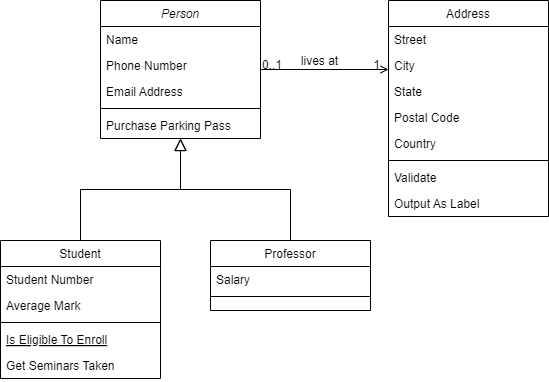
Above: 아이스크림 다이어그램.png in junHyeokP/Algorithm (draw.io), before the change. Source tidied: cells renumbered, new cells last; positions are measured from the earlier drawing's top-left corner, leaving out a move shared by most shapes. Source of this version:
```xml
<mxGraphModel>
  <root>
    <mxCell id="0" />
    <mxCell id="1" parent="0" />
    <mxCell id="2" value="Person" style="swimlane;fontStyle=2;align=center;verticalAlign=top;horizontal=1;startSize=26;rounded=0;shadow=0;strokeWidth=1;" parent="1" vertex="1">
      <mxGeometry x="100" width="160" height="138" as="geometry" />
    </mxCell>
    <mxCell id="3" value="Name" style="text;align=left;verticalAlign=top;spacingLeft=4;spacingRight=4;overflow=hidden;" parent="2" vertex="1">
      <mxGeometry y="26" width="160" height="26" as="geometry" />
    </mxCell>
    <mxCell id="4" value="Phone Number" style="text;align=left;verticalAlign=top;spacingLeft=4;spacingRight=4;overflow=hidden;rounded=0;shadow=0;html=0;" parent="2" vertex="1">
      <mxGeometry y="52" width="160" height="26" as="geometry" />
    </mxCell>
    <mxCell id="5" value="Email Address" style="text;align=left;verticalAlign=top;spacingLeft=4;spacingRight=4;overflow=hidden;rounded=0;shadow=0;html=0;" parent="2" vertex="1">
      <mxGeometry y="78" width="160" height="26" as="geometry" />
    </mxCell>
    <mxCell id="6" style="line;html=1;strokeWidth=1;align=left;verticalAlign=middle;spacingTop=-1;spacingLeft=3;spacingRight=3;labelPosition=right;" parent="2" vertex="1">
      <mxGeometry y="104" width="160" height="8" as="geometry" />
    </mxCell>
    <mxCell id="7" value="Purchase Parking Pass" style="text;align=left;verticalAlign=top;spacingLeft=4;spacingRight=4;overflow=hidden;" parent="2" vertex="1">
      <mxGeometry y="112" width="160" height="26" as="geometry" />
    </mxCell>
    <mxCell id="8" value="Student" style="swimlane;fontStyle=0;align=center;verticalAlign=top;horizontal=1;startSize=26;rounded=0;shadow=0;strokeWidth=1;" parent="1" vertex="1">
      <mxGeometry y="240" width="160" height="138" as="geometry" />
    </mxCell>
    <mxCell id="9" value="Student Number" style="text;align=left;verticalAlign=top;spacingLeft=4;spacingRight=4;overflow=hidden;" parent="8" vertex="1">
      <mxGeometry y="26" width="160" height="26" as="geometry" />
    </mxCell>
    <mxCell id="10" value="Average Mark" style="text;align=left;verticalAlign=top;spacingLeft=4;spacingRight=4;overflow=hidden;rounded=0;shadow=0;html=0;" parent="8" vertex="1">
      <mxGeometry y="52" width="160" height="26" as="geometry" />
    </mxCell>
    <mxCell id="11" style="line;html=1;strokeWidth=1;align=left;verticalAlign=middle;spacingTop=-1;spacingLeft=3;spacingRight=3;labelPosition=right;" parent="8" vertex="1">
      <mxGeometry y="78" width="160" height="8" as="geometry" />
    </mxCell>
    <mxCell id="12" value="Is Eligible To Enroll" style="text;align=left;verticalAlign=top;spacingLeft=4;spacingRight=4;overflow=hidden;fontStyle=4;" parent="8" vertex="1">
      <mxGeometry y="86" width="160" height="26" as="geometry" />
    </mxCell>
    <mxCell id="13" value="Get Seminars Taken" style="text;align=left;verticalAlign=top;spacingLeft=4;spacingRight=4;overflow=hidden;" parent="8" vertex="1">
      <mxGeometry y="112" width="160" height="26" as="geometry" />
    </mxCell>
    <mxCell id="14" style="endArrow=block;endSize=10;endFill=0;shadow=0;strokeWidth=1;rounded=0;curved=0;edgeStyle=elbowEdgeStyle;elbow=vertical;" parent="1" edge="1" source="8" target="2">
      <mxGeometry relative="1" as="geometry" />
    </mxCell>
    <mxCell id="15" value="Professor" style="swimlane;fontStyle=0;align=center;verticalAlign=top;horizontal=1;startSize=26;rounded=0;shadow=0;strokeWidth=1;" parent="1" vertex="1">
      <mxGeometry x="210" y="240" width="160" height="70" as="geometry" />
    </mxCell>
    <mxCell id="16" value="Salary" style="text;align=left;verticalAlign=top;spacingLeft=4;spacingRight=4;overflow=hidden;" parent="15" vertex="1">
      <mxGeometry y="26" width="160" height="26" as="geometry" />
    </mxCell>
    <mxCell id="17" style="line;html=1;strokeWidth=1;align=left;verticalAlign=middle;spacingTop=-1;spacingLeft=3;spacingRight=3;labelPosition=right;" parent="15" vertex="1">
      <mxGeometry y="52" width="160" height="8" as="geometry" />
    </mxCell>
    <mxCell id="18" style="endArrow=block;endSize=10;endFill=0;shadow=0;strokeWidth=1;rounded=0;curved=0;edgeStyle=elbowEdgeStyle;elbow=vertical;" parent="1" edge="1" source="15" target="2">
      <mxGeometry relative="1" as="geometry" />
    </mxCell>
    <mxCell id="19" value="Address" style="swimlane;fontStyle=0;align=center;verticalAlign=top;horizontal=1;startSize=26;rounded=0;shadow=0;strokeWidth=1;" parent="1" vertex="1">
      <mxGeometry x="388" width="160" height="216" as="geometry" />
    </mxCell>
    <mxCell id="20" value="Street" style="text;align=left;verticalAlign=top;spacingLeft=4;spacingRight=4;overflow=hidden;" parent="19" vertex="1">
      <mxGeometry y="26" width="160" height="26" as="geometry" />
    </mxCell>
    <mxCell id="21" value="City" style="text;align=left;verticalAlign=top;spacingLeft=4;spacingRight=4;overflow=hidden;rounded=0;shadow=0;html=0;" parent="19" vertex="1">
      <mxGeometry y="52" width="160" height="26" as="geometry" />
    </mxCell>
    <mxCell id="22" value="State" style="text;align=left;verticalAlign=top;spacingLeft=4;spacingRight=4;overflow=hidden;rounded=0;shadow=0;html=0;" parent="19" vertex="1">
      <mxGeometry y="78" width="160" height="26" as="geometry" />
    </mxCell>
    <mxCell id="23" value="Postal Code" style="text;align=left;verticalAlign=top;spacingLeft=4;spacingRight=4;overflow=hidden;rounded=0;shadow=0;html=0;" parent="19" vertex="1">
      <mxGeometry y="104" width="160" height="26" as="geometry" />
    </mxCell>
    <mxCell id="24" value="Country" style="text;align=left;verticalAlign=top;spacingLeft=4;spacingRight=4;overflow=hidden;rounded=0;shadow=0;html=0;" parent="19" vertex="1">
      <mxGeometry y="130" width="160" height="26" as="geometry" />
    </mxCell>
    <mxCell id="25" style="line;html=1;strokeWidth=1;align=left;verticalAlign=middle;spacingTop=-1;spacingLeft=3;spacingRight=3;labelPosition=right;" parent="19" vertex="1">
      <mxGeometry y="156" width="160" height="8" as="geometry" />
    </mxCell>
    <mxCell id="26" value="Validate" style="text;align=left;verticalAlign=top;spacingLeft=4;spacingRight=4;overflow=hidden;" parent="19" vertex="1">
      <mxGeometry y="164" width="160" height="26" as="geometry" />
    </mxCell>
    <mxCell id="27" value="Output As Label" style="text;align=left;verticalAlign=top;spacingLeft=4;spacingRight=4;overflow=hidden;" parent="19" vertex="1">
      <mxGeometry y="190" width="160" height="26" as="geometry" />
    </mxCell>
    <mxCell id="28" style="endArrow=open;shadow=0;strokeWidth=1;rounded=0;curved=0;endFill=1;edgeStyle=elbowEdgeStyle;elbow=vertical;" parent="1" edge="1" source="2" target="19">
      <mxGeometry x="0.5" y="41" relative="1" as="geometry">
        <mxPoint x="-40" y="32" as="offset" />
      </mxGeometry>
    </mxCell>
    <mxCell id="29" value="0..1" style="align=left;verticalAlign=bottom;labelBackgroundColor=none;fontSize=12;" parent="28" vertex="1">
      <mxGeometry x="-1" relative="1" as="geometry">
        <mxPoint y="4" as="offset" />
      </mxGeometry>
    </mxCell>
    <mxCell id="30" value="1" style="align=right;verticalAlign=bottom;labelBackgroundColor=none;fontSize=12;" parent="28" vertex="1">
      <mxGeometry x="1" relative="1" as="geometry">
        <mxPoint x="-7" y="4" as="offset" />
      </mxGeometry>
    </mxCell>
    <mxCell id="31" value="lives at" style="text;html=1;align=center;verticalAlign=middle;labelBackgroundColor=none;rounded=0;shadow=0;strokeWidth=1;fontSize=12;" parent="28" vertex="1">
      <mxGeometry x="0.5" y="49" relative="1" as="geometry">
        <mxPoint x="-38" y="40" as="offset" />
      </mxGeometry>
    </mxCell>
  </root>
</mxGraphModel>
```
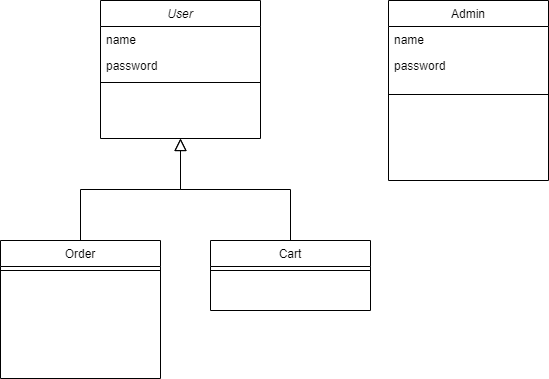
Above is the later version.

Commit message:
아이스크림 다이어그램.png

The edit, as a diff of the source:
```diff
@@ -2,103 +2,47 @@
   <root>
     <mxCell id="0" />
     <mxCell id="1" parent="0" />
-    <mxCell id="2" value="Person" style="swimlane;fontStyle=2;align=center;verticalAlign=top;horizontal=1;startSize=26;rounded=0;shadow=0;strokeWidth=1;" parent="1" vertex="1">
+    <mxCell id="2" value="User" style="swimlane;fontStyle=2;align=center;verticalAlign=top;horizontal=1;startSize=26;rounded=0;shadow=0;strokeWidth=1;" parent="1" vertex="1">
       <mxGeometry x="100" width="160" height="138" as="geometry" />
     </mxCell>
-    <mxCell id="3" value="Name" style="text;align=left;verticalAlign=top;spacingLeft=4;spacingRight=4;overflow=hidden;" parent="2" vertex="1">
+    <mxCell id="3" value="name" style="text;align=left;verticalAlign=top;spacingLeft=4;spacingRight=4;overflow=hidden;" parent="2" vertex="1">
       <mxGeometry y="26" width="160" height="26" as="geometry" />
     </mxCell>
-    <mxCell id="4" value="Phone Number" style="text;align=left;verticalAlign=top;spacingLeft=4;spacingRight=4;overflow=hidden;rounded=0;shadow=0;html=0;" parent="2" vertex="1">
+    <mxCell id="4" value="password" style="text;align=left;verticalAlign=top;spacingLeft=4;spacingRight=4;overflow=hidden;rounded=0;shadow=0;html=0;" parent="2" vertex="1">
       <mxGeometry y="52" width="160" height="26" as="geometry" />
     </mxCell>
-    <mxCell id="5" value="Email Address" style="text;align=left;verticalAlign=top;spacingLeft=4;spacingRight=4;overflow=hidden;rounded=0;shadow=0;html=0;" parent="2" vertex="1">
-      <mxGeometry y="78" width="160" height="26" as="geometry" />
-    </mxCell>
     <mxCell id="6" style="line;html=1;strokeWidth=1;align=left;verticalAlign=middle;spacingTop=-1;spacingLeft=3;spacingRight=3;labelPosition=right;" parent="2" vertex="1">
-      <mxGeometry y="104" width="160" height="8" as="geometry" />
+      <mxGeometry y="78" width="160" height="8" as="geometry" />
     </mxCell>
-    <mxCell id="7" value="Purchase Parking Pass" style="text;align=left;verticalAlign=top;spacingLeft=4;spacingRight=4;overflow=hidden;" parent="2" vertex="1">
-      <mxGeometry y="112" width="160" height="26" as="geometry" />
-    </mxCell>
-    <mxCell id="8" value="Student" style="swimlane;fontStyle=0;align=center;verticalAlign=top;horizontal=1;startSize=26;rounded=0;shadow=0;strokeWidth=1;" parent="1" vertex="1">
+    <mxCell id="8" value="Order" style="swimlane;fontStyle=0;align=center;verticalAlign=top;horizontal=1;startSize=26;rounded=0;shadow=0;strokeWidth=1;" parent="1" vertex="1">
       <mxGeometry y="240" width="160" height="138" as="geometry" />
     </mxCell>
-    <mxCell id="9" value="Student Number" style="text;align=left;verticalAlign=top;spacingLeft=4;spacingRight=4;overflow=hidden;" parent="8" vertex="1">
-      <mxGeometry y="26" width="160" height="26" as="geometry" />
-    </mxCell>
-    <mxCell id="10" value="Average Mark" style="text;align=left;verticalAlign=top;spacingLeft=4;spacingRight=4;overflow=hidden;rounded=0;shadow=0;html=0;" parent="8" vertex="1">
-      <mxGeometry y="52" width="160" height="26" as="geometry" />
-    </mxCell>
     <mxCell id="11" style="line;html=1;strokeWidth=1;align=left;verticalAlign=middle;spacingTop=-1;spacingLeft=3;spacingRight=3;labelPosition=right;" parent="8" vertex="1">
-      <mxGeometry y="78" width="160" height="8" as="geometry" />
+      <mxGeometry y="26" width="160" height="8" as="geometry" />
     </mxCell>
-    <mxCell id="12" value="Is Eligible To Enroll" style="text;align=left;verticalAlign=top;spacingLeft=4;spacingRight=4;overflow=hidden;fontStyle=4;" parent="8" vertex="1">
-      <mxGeometry y="86" width="160" height="26" as="geometry" />
-    </mxCell>
-    <mxCell id="13" value="Get Seminars Taken" style="text;align=left;verticalAlign=top;spacingLeft=4;spacingRight=4;overflow=hidden;" parent="8" vertex="1">
-      <mxGeometry y="112" width="160" height="26" as="geometry" />
-    </mxCell>
     <mxCell id="14" style="endArrow=block;endSize=10;endFill=0;shadow=0;strokeWidth=1;rounded=0;curved=0;edgeStyle=elbowEdgeStyle;elbow=vertical;" parent="1" edge="1" source="8" target="2">
       <mxGeometry relative="1" as="geometry" />
     </mxCell>
-    <mxCell id="15" value="Professor" style="swimlane;fontStyle=0;align=center;verticalAlign=top;horizontal=1;startSize=26;rounded=0;shadow=0;strokeWidth=1;" parent="1" vertex="1">
+    <mxCell id="15" value="Cart" style="swimlane;fontStyle=0;align=center;verticalAlign=top;horizontal=1;startSize=26;rounded=0;shadow=0;strokeWidth=1;" parent="1" vertex="1">
       <mxGeometry x="210" y="240" width="160" height="70" as="geometry" />
     </mxCell>
-    <mxCell id="16" value="Salary" style="text;align=left;verticalAlign=top;spacingLeft=4;spacingRight=4;overflow=hidden;" parent="15" vertex="1">
-      <mxGeometry y="26" width="160" height="26" as="geometry" />
-    </mxCell>
     <mxCell id="17" style="line;html=1;strokeWidth=1;align=left;verticalAlign=middle;spacingTop=-1;spacingLeft=3;spacingRight=3;labelPosition=right;" parent="15" vertex="1">
-      <mxGeometry y="52" width="160" height="8" as="geometry" />
+      <mxGeometry y="26" width="160" height="8" as="geometry" />
     </mxCell>
     <mxCell id="18" style="endArrow=block;endSize=10;endFill=0;shadow=0;strokeWidth=1;rounded=0;curved=0;edgeStyle=elbowEdgeStyle;elbow=vertical;" parent="1" edge="1" source="15" target="2">
       <mxGeometry relative="1" as="geometry" />
     </mxCell>
-    <mxCell id="19" value="Address" style="swimlane;fontStyle=0;align=center;verticalAlign=top;horizontal=1;startSize=26;rounded=0;shadow=0;strokeWidth=1;" parent="1" vertex="1">
-      <mxGeometry x="388" width="160" height="216" as="geometry" />
+    <mxCell id="19" value="Admin" style="swimlane;fontStyle=0;align=center;verticalAlign=top;horizontal=1;startSize=26;rounded=0;shadow=0;strokeWidth=1;" parent="1" vertex="1">
+      <mxGeometry x="388" width="160" height="180" as="geometry" />
     </mxCell>
-    <mxCell id="20" value="Street" style="text;align=left;verticalAlign=top;spacingLeft=4;spacingRight=4;overflow=hidden;" parent="19" vertex="1">
+    <mxCell id="20" value="name" style="text;align=left;verticalAlign=top;spacingLeft=4;spacingRight=4;overflow=hidden;" parent="19" vertex="1">
       <mxGeometry y="26" width="160" height="26" as="geometry" />
     </mxCell>
-    <mxCell id="21" value="City" style="text;align=left;verticalAlign=top;spacingLeft=4;spacingRight=4;overflow=hidden;rounded=0;shadow=0;html=0;" parent="19" vertex="1">
-      <mxGeometry y="52" width="160" height="26" as="geometry" />
-    </mxCell>
-    <mxCell id="22" value="State" style="text;align=left;verticalAlign=top;spacingLeft=4;spacingRight=4;overflow=hidden;rounded=0;shadow=0;html=0;" parent="19" vertex="1">
-      <mxGeometry y="78" width="160" height="26" as="geometry" />
-    </mxCell>
-    <mxCell id="23" value="Postal Code" style="text;align=left;verticalAlign=top;spacingLeft=4;spacingRight=4;overflow=hidden;rounded=0;shadow=0;html=0;" parent="19" vertex="1">
-      <mxGeometry y="104" width="160" height="26" as="geometry" />
-    </mxCell>
-    <mxCell id="24" value="Country" style="text;align=left;verticalAlign=top;spacingLeft=4;spacingRight=4;overflow=hidden;rounded=0;shadow=0;html=0;" parent="19" vertex="1">
-      <mxGeometry y="130" width="160" height="26" as="geometry" />
-    </mxCell>
+    <mxCell id="32" value="password" style="text;align=left;verticalAlign=top;spacingLeft=4;spacingRight=4;overflow=hidden;" parent="19" vertex="1">
+      <mxGeometry y="52" width="160" height="26" as="geometry" />
+    </mxCell>
     <mxCell id="25" style="line;html=1;strokeWidth=1;align=left;verticalAlign=middle;spacingTop=-1;spacingLeft=3;spacingRight=3;labelPosition=right;" parent="19" vertex="1">
-      <mxGeometry y="156" width="160" height="8" as="geometry" />
+      <mxGeometry y="78" width="160" height="32" as="geometry" />
     </mxCell>
-    <mxCell id="26" value="Validate" style="text;align=left;verticalAlign=top;spacingLeft=4;spacingRight=4;overflow=hidden;" parent="19" vertex="1">
-      <mxGeometry y="164" width="160" height="26" as="geometry" />
-    </mxCell>
-    <mxCell id="27" value="Output As Label" style="text;align=left;verticalAlign=top;spacingLeft=4;spacingRight=4;overflow=hidden;" parent="19" vertex="1">
-      <mxGeometry y="190" width="160" height="26" as="geometry" />
-    </mxCell>
-    <mxCell id="28" style="endArrow=open;shadow=0;strokeWidth=1;rounded=0;curved=0;endFill=1;edgeStyle=elbowEdgeStyle;elbow=vertical;" parent="1" edge="1" source="2" target="19">
-      <mxGeometry x="0.5" y="41" relative="1" as="geometry">
-        <mxPoint x="-40" y="32" as="offset" />
-      </mxGeometry>
-    </mxCell>
-    <mxCell id="29" value="0..1" style="align=left;verticalAlign=bottom;labelBackgroundColor=none;fontSize=12;" parent="28" vertex="1">
-      <mxGeometry x="-1" relative="1" as="geometry">
-        <mxPoint y="4" as="offset" />
-      </mxGeometry>
-    </mxCell>
-    <mxCell id="30" value="1" style="align=right;verticalAlign=bottom;labelBackgroundColor=none;fontSize=12;" parent="28" vertex="1">
-      <mxGeometry x="1" relative="1" as="geometry">
-        <mxPoint x="-7" y="4" as="offset" />
-      </mxGeometry>
-    </mxCell>
-    <mxCell id="31" value="lives at" style="text;html=1;align=center;verticalAlign=middle;labelBackgroundColor=none;rounded=0;shadow=0;strokeWidth=1;fontSize=12;" parent="28" vertex="1">
-      <mxGeometry x="0.5" y="49" relative="1" as="geometry">
-        <mxPoint x="-38" y="40" as="offset" />
-      </mxGeometry>
-    </mxCell>
   </root>
 </mxGraphModel>
```
